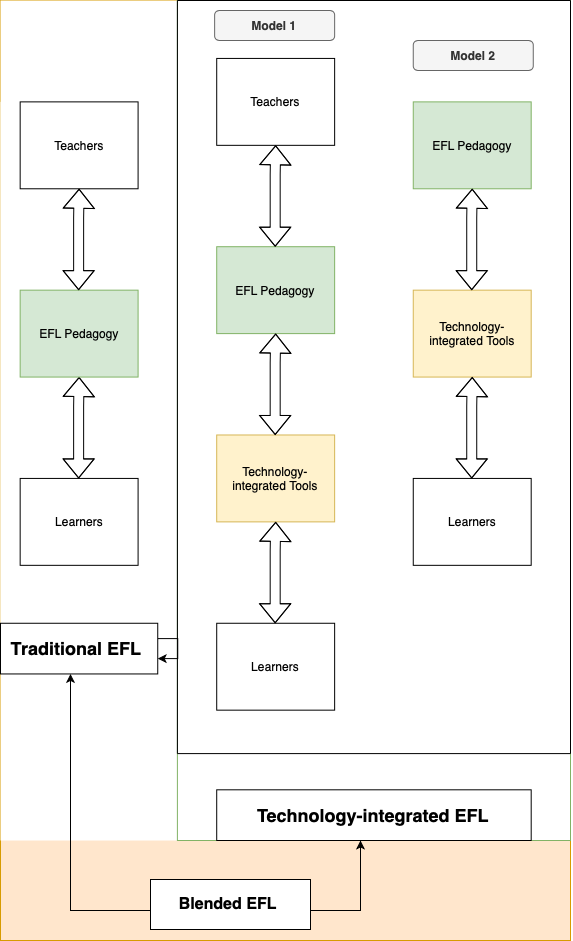
Earlier version of the draw.io export review_framework.png (Gracetyty/Digital_Edu_Text_Mining). Source tidied: cells renumbered, new cells last; positions are measured from the earlier drawing's top-left corner, leaving out a move shared by most shapes.
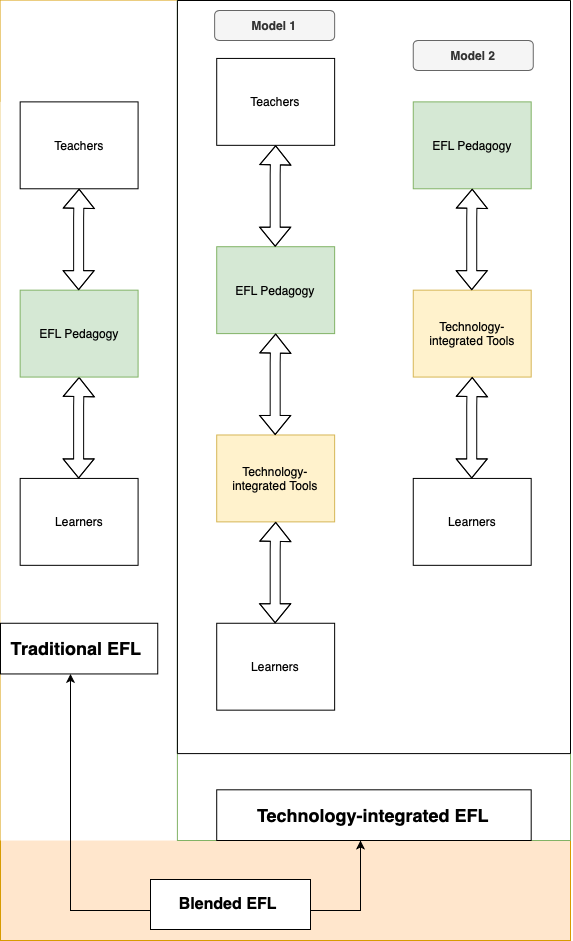
After the change.

Diff of the diagram source:
```diff
@@ -134,9 +134,6 @@
         </Array>
       </mxGeometry>
     </mxCell>
-    <mxCell id="28" style="edgeStyle=orthogonalEdgeStyle;rounded=0;orthogonalLoop=1;jettySize=auto;html=1;" parent="1" edge="1" source="29" target="29">
-      <mxGeometry relative="1" as="geometry" />
-    </mxCell>
     <mxCell id="29" value="&lt;h2&gt;&lt;b&gt;Traditional EFL&amp;nbsp;&lt;/b&gt;&lt;/h2&gt;" style="rounded=0;whiteSpace=wrap;html=1;" parent="1" vertex="1">
       <mxGeometry y="622.8" width="157.2" height="50.7" as="geometry" />
     </mxCell>
```
